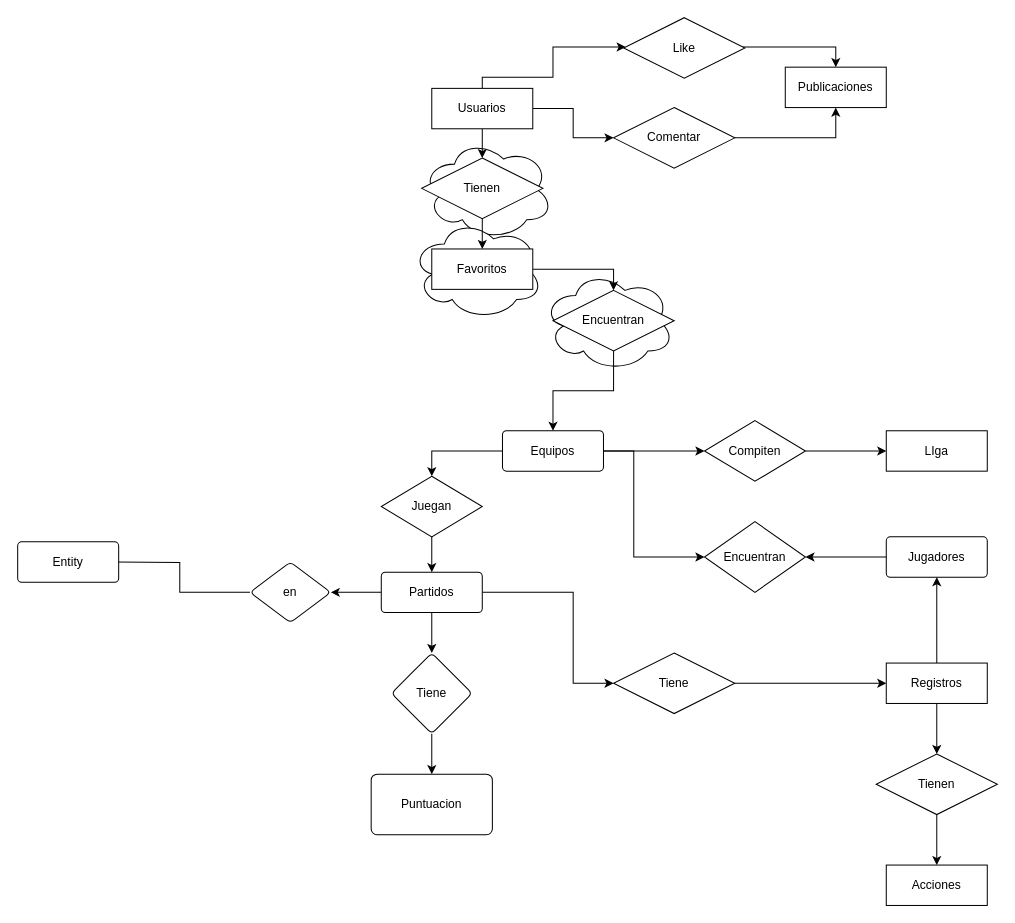
Above: basket.drawio in Resultados-deportivos/Doc (draw.io), before the change. Source tidied: cells renumbered, new cells numbered last; positions are measured from the earlier drawing's top-left corner, leaving out a move shared by most shapes. Both pictures are drawn from the tidied source at 101%, with x=0, y=0 at pixel (17, 17).
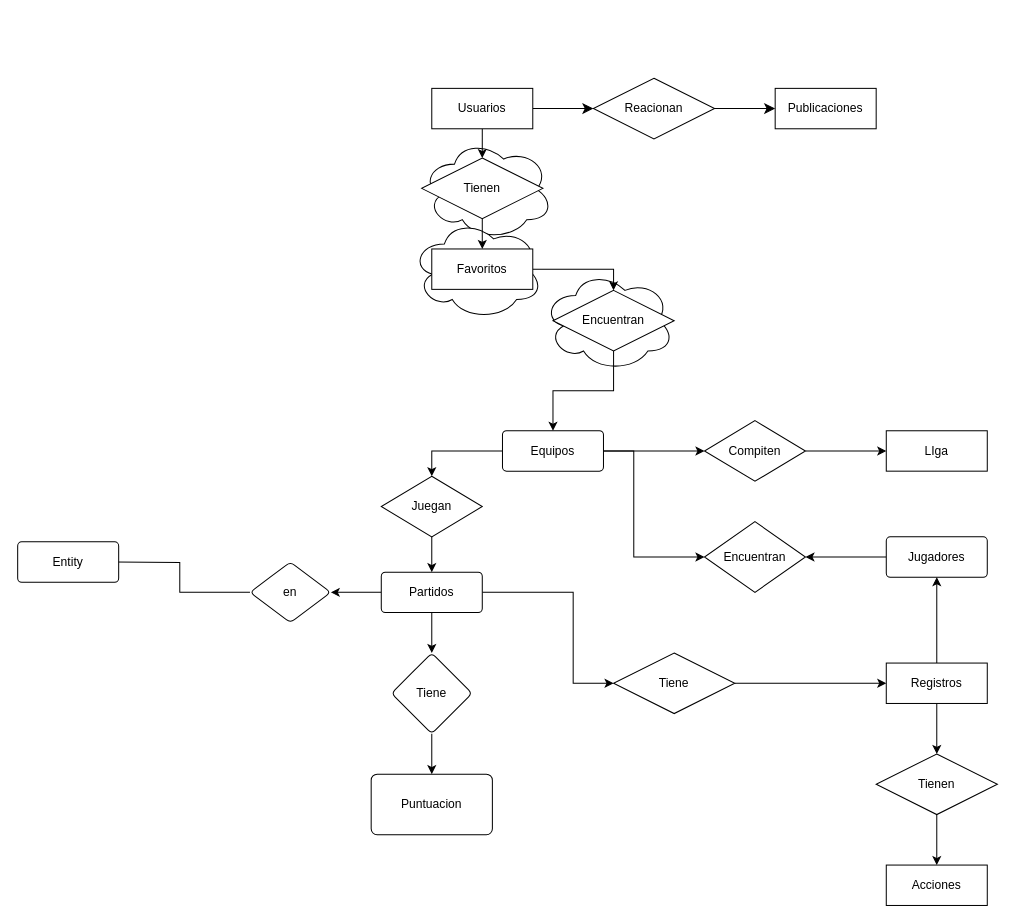
After the change.

The change refers to these unchanged cells:
```xml
<mxCell id="21" value="Usuarios" style="whiteSpace=wrap;html=1;align=center;" parent="1" vertex="1">
  <mxGeometry x="410" y="70" width="100" height="40" as="geometry" />
</mxCell>
```

The edit, as a diff of the source:
```diff
@@
-    <mxCell id="19" style="edgeStyle=orthogonalEdgeStyle;rounded=0;jettySize=auto;html=1;" parent="1" edge="1" source="21" target="37">
-      <mxGeometry relative="1" as="geometry" />
-    </mxCell>
-    <mxCell id="20" style="edgeStyle=orthogonalEdgeStyle;rounded=0;jettySize=auto;html=1;" parent="1" edge="1" source="21" target="46">
-      <mxGeometry relative="1" as="geometry">
-        <Array as="points">
-          <mxPoint x="460" y="59" />
-          <mxPoint x="530" y="59" />
-          <mxPoint x="530" y="29" />
-        </Array>
-      </mxGeometry>
-    </mxCell>
+    <mxCell id="50" style="edgeStyle=none;curved=1;rounded=0;jettySize=auto;html=1;fontSize=12;startSize=8;endSize=8;" parent="1" edge="1" source="21" target="52">
+      <mxGeometry relative="1" as="geometry" />
+    </mxCell>
@@
-    <mxCell id="36" style="edgeStyle=orthogonalEdgeStyle;rounded=0;jettySize=auto;html=1;entryX=0.5;entryY=1;entryDx=0;entryDy=0;" parent="1" edge="1" source="37" target="42">
-      <mxGeometry relative="1" as="geometry" />
-    </mxCell>
-    <mxCell id="37" value="Comentar" style="shape=rhombus;perimeter=rhombusPerimeter;whiteSpace=wrap;html=1;align=center;" parent="1" vertex="1">
-      <mxGeometry x="590" y="89" width="120" height="60" as="geometry" />
-    </mxCell>
@@
     <mxCell id="42" value="Publicaciones&lt;br&gt;" style="whiteSpace=wrap;html=1;align=center;" parent="1" vertex="1">
-      <mxGeometry x="760" y="49" width="100" height="40" as="geometry" />
+      <mxGeometry x="750" y="70" width="100" height="40" as="geometry" />
     </mxCell>
@@
-    <mxCell id="45" style="edgeStyle=orthogonalEdgeStyle;rounded=0;jettySize=auto;html=1;" parent="1" edge="1" source="46" target="42">
-      <mxGeometry relative="1" as="geometry">
-        <Array as="points">
-          <mxPoint x="810" y="29" />
-        </Array>
-      </mxGeometry>
-    </mxCell>
-    <mxCell id="46" value="Like" style="shape=rhombus;perimeter=rhombusPerimeter;whiteSpace=wrap;html=1;align=center;" parent="1" vertex="1">
-      <mxGeometry x="600" width="120" height="60" as="geometry" />
-    </mxCell>
@@
+    <mxCell id="51" style="edgeStyle=none;curved=1;rounded=0;jettySize=auto;html=1;fontSize=12;startSize=8;endSize=8;" parent="1" edge="1" source="52" target="42">
+      <mxGeometry relative="1" as="geometry" />
+    </mxCell>
+    <mxCell id="52" value="Reacionan" style="shape=rhombus;perimeter=rhombusPerimeter;whiteSpace=wrap;html=1;align=center;" parent="1" vertex="1">
+      <mxGeometry x="570" y="60" width="120" height="60" as="geometry" />
+    </mxCell>
```
